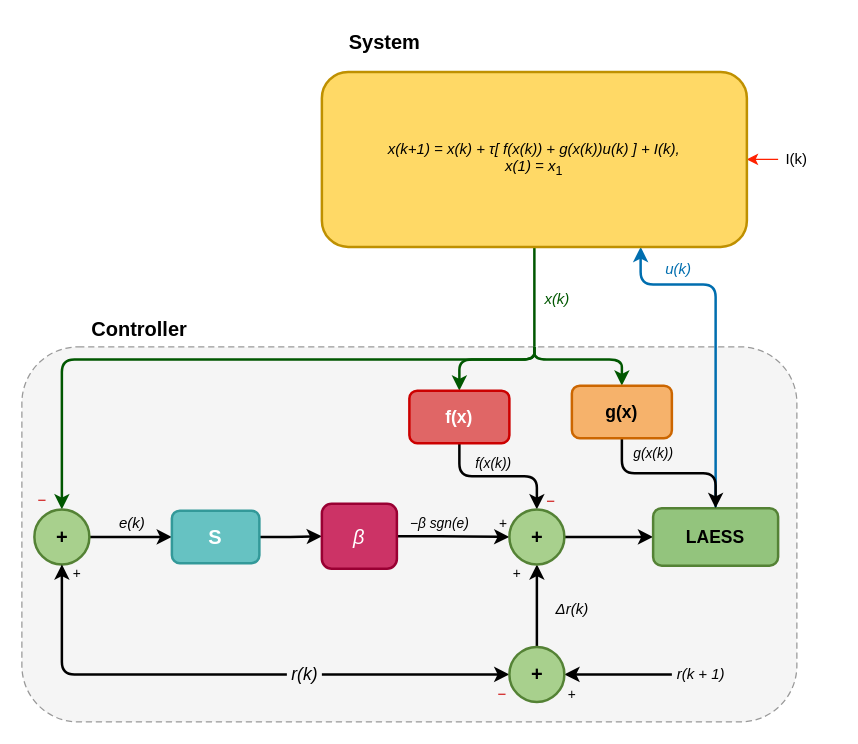
Before: page "attacked-system" (3 of 5) of research-vault/Research Journal/Paper/figures/System-States.drawio in ablassejr/tracking-control-network, a draw.io diagram. Source tidied: cells renumbered, new cells numbered last; positions are measured from the earlier drawing's top-left corner, leaving out a move shared by most shapes. Both pictures are drawn from the tidied source at 125%, with x=0, y=0 at pixel (21, 21).
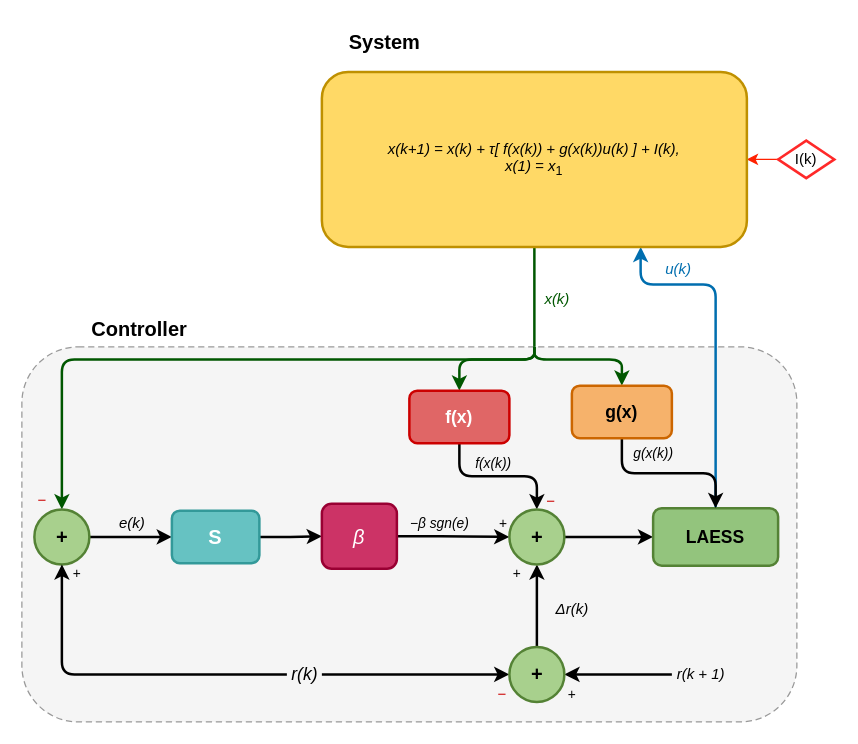
The same page after the edit.

Commit message:
Expand System-States diagram with additional page variants

Add colorless and new diagram pages to the System-States drawio file
for paper figure options.

Unchanged cells that the change refers to:
```xml
<mxCell id="13" value="&lt;i style=&quot;line-height: 100%;&quot;&gt;x(k+1) = x(k) + τ[ f(x(k)) + g(x(k))u(k) ] + I(k),&lt;/i&gt;&lt;br&gt;&lt;i&gt;x(1) = x&lt;/i&gt;&lt;sub&gt;1&lt;/sub&gt;" style="rounded=1;whiteSpace=wrap;html=1;fontFamily=Helvetica;fontSize=12;fillColor=#FFD966;strokeColor=#BF9000;strokeWidth=2;" parent="1" vertex="1">
  <mxGeometry x="240" y="40" width="340" height="140" as="geometry" />
</mxCell>
```

The edit, as a diff of the source:
```diff
@@
-    <mxCell id="12" style="edgeStyle=orthogonalEdgeStyle;rounded=0;jettySize=auto;html=1;flowAnimation=1;strokeWidth=1;strokeColor=#FF2100;" parent="1" edge="1" source="46" target="13">
-      <mxGeometry relative="1" as="geometry" />
+    <mxCell id="12" style="edgeStyle=orthogonalEdgeStyle;rounded=0;orthogonalLoop=1;jettySize=auto;html=1;flowAnimation=1;strokeWidth=1;strokeColor=#FF2100;" parent="1" edge="1">
+      <mxGeometry relative="1" as="geometry">
+        <mxPoint x="605" y="110" as="sourcePoint" />
+        <mxPoint x="580" y="110" as="targetPoint" />
+      </mxGeometry>
     </mxCell>
@@
-    <mxCell id="46" value="I(k)" style="rhombus;whiteSpace=wrap;html=1;fillColor=none;strokeColor=#b85450;rounded=0;strokeWidth=2;opacity=0;" parent="1" vertex="1">
-      <mxGeometry x="605" y="95" width="30" height="30" as="geometry" />
+    <mxCell id="46" value="I(k)" style="rhombus;whiteSpace=wrap;html=1;fillColor=none;strokeColor=#FF2929;rounded=0;strokeWidth=2;" parent="1" vertex="1">
+      <mxGeometry x="605" y="95" width="45" height="30" as="geometry" />
     </mxCell>
```
